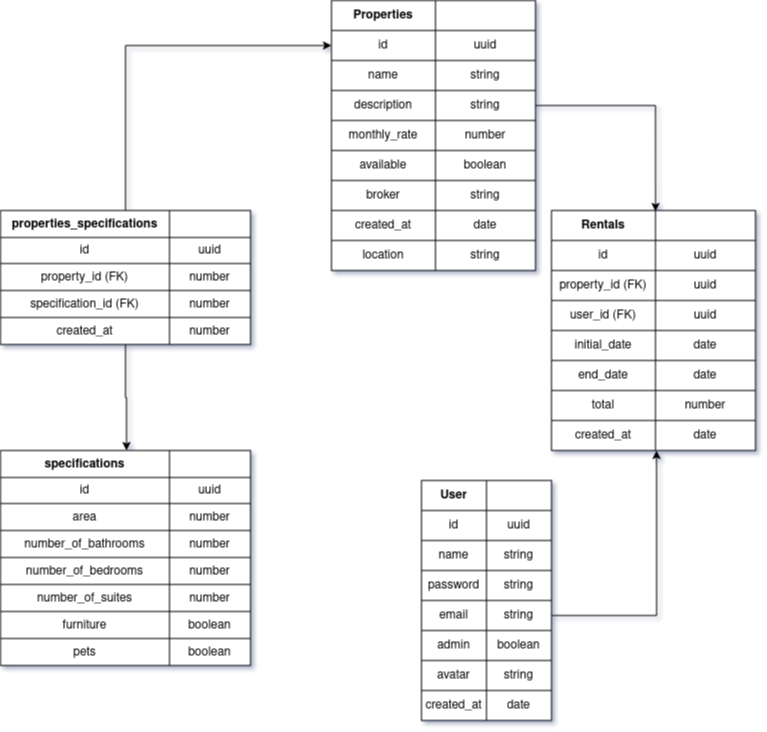
This is Esboço.png from jamessonlps/nodejs-backend, a draw.io export, as it was before one commit. Source tidied: cells renumbered, new cells last; positions are measured from the earlier drawing's top-left corner, leaving out a move shared by most shapes.
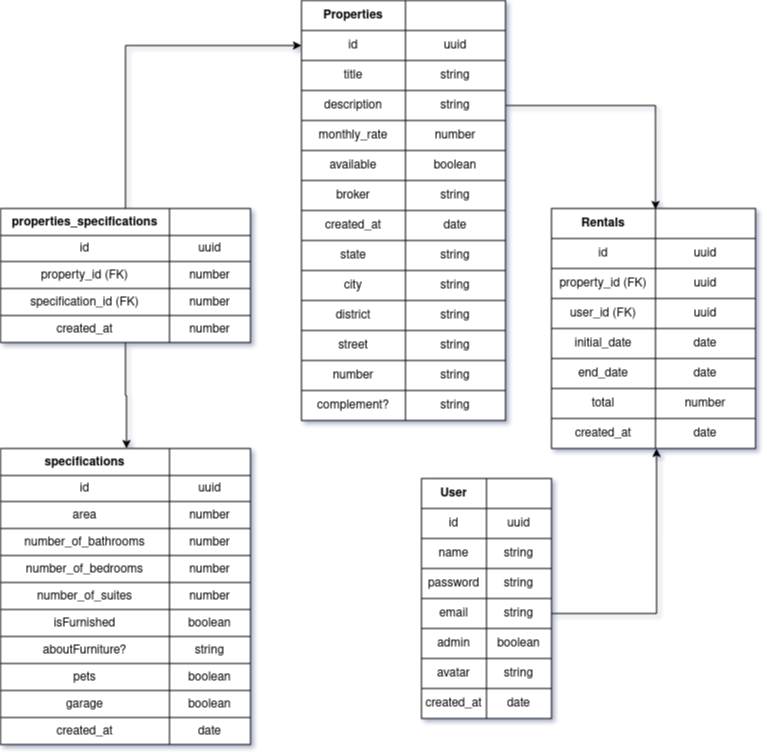
After the commit.

Commit message:
cria especificacoes e atualiza arquitetura

What changed in the source:
```diff
@@ -78,7 +78,7 @@
       <mxGeometry x="65" width="65" height="30" as="geometry" />
     </mxCell>
     <mxCell id="27" style="shape=table;html=1;whiteSpace=wrap;startSize=0;" parent="1" vertex="1">
-      <mxGeometry x="331" width="204" height="270" as="geometry" />
+      <mxGeometry x="301" y="2" width="204" height="420" as="geometry" />
     </mxCell>
     <mxCell id="28" style="shape=partialRectangle;html=1;whiteSpace=wrap;fillColor=none;top=0;left=0;bottom=0;right=0;" parent="27" vertex="1">
       <mxGeometry width="204" height="30" as="geometry" />
@@ -101,7 +101,7 @@
     <mxCell id="34" style="shape=partialRectangle;html=1;whiteSpace=wrap;fillColor=none;top=0;left=0;bottom=0;right=0;" parent="27" vertex="1">
       <mxGeometry y="60" width="204" height="30" as="geometry" />
     </mxCell>
-    <mxCell id="35" value="name" style="shape=partialRectangle;html=1;whiteSpace=wrap;fillColor=none;top=0;left=0;bottom=0;right=0;overflow=hidden;" parent="34" vertex="1">
+    <mxCell id="35" value="title" style="shape=partialRectangle;html=1;whiteSpace=wrap;fillColor=none;top=0;left=0;bottom=0;right=0;overflow=hidden;" parent="34" vertex="1">
       <mxGeometry width="104" height="30" as="geometry" />
     </mxCell>
     <mxCell id="36" value="string" style="shape=partialRectangle;html=1;whiteSpace=wrap;fillColor=none;top=0;left=0;bottom=0;right=0;overflow=hidden;" parent="34" vertex="1">
@@ -155,14 +155,59 @@
     <mxCell id="52" style="shape=partialRectangle;html=1;whiteSpace=wrap;fillColor=none;top=0;left=0;bottom=0;right=0;" parent="27" vertex="1">
       <mxGeometry y="240" width="204" height="30" as="geometry" />
     </mxCell>
-    <mxCell id="53" value="location" style="shape=partialRectangle;html=1;whiteSpace=wrap;fillColor=none;top=0;left=0;bottom=0;right=0;overflow=hidden;" parent="52" vertex="1">
+    <mxCell id="53" value="state" style="shape=partialRectangle;html=1;whiteSpace=wrap;fillColor=none;top=0;left=0;bottom=0;right=0;overflow=hidden;" parent="52" vertex="1">
       <mxGeometry width="104" height="30" as="geometry" />
     </mxCell>
     <mxCell id="54" value="string" style="shape=partialRectangle;html=1;whiteSpace=wrap;fillColor=none;top=0;left=0;bottom=0;right=0;overflow=hidden;" parent="52" vertex="1">
       <mxGeometry x="104" width="100" height="30" as="geometry" />
     </mxCell>
+    <mxCell id="125" style="shape=partialRectangle;html=1;whiteSpace=wrap;fillColor=none;top=0;left=0;bottom=0;right=0;" parent="27" vertex="1">
+      <mxGeometry y="270" width="204" height="30" as="geometry" />
+    </mxCell>
+    <mxCell id="126" value="city" style="shape=partialRectangle;html=1;whiteSpace=wrap;fillColor=none;top=0;left=0;bottom=0;right=0;overflow=hidden;" parent="125" vertex="1">
+      <mxGeometry width="104" height="30" as="geometry" />
+    </mxCell>
+    <mxCell id="127" value="string" style="shape=partialRectangle;html=1;whiteSpace=wrap;fillColor=none;top=0;left=0;bottom=0;right=0;overflow=hidden;" parent="125" vertex="1">
+      <mxGeometry x="104" width="100" height="30" as="geometry" />
+    </mxCell>
+    <mxCell id="128" style="shape=partialRectangle;html=1;whiteSpace=wrap;fillColor=none;top=0;left=0;bottom=0;right=0;" parent="27" vertex="1">
+      <mxGeometry y="300" width="204" height="30" as="geometry" />
+    </mxCell>
+    <mxCell id="129" value="&lt;div&gt;district&lt;/div&gt;" style="shape=partialRectangle;html=1;whiteSpace=wrap;fillColor=none;top=0;left=0;bottom=0;right=0;overflow=hidden;" parent="128" vertex="1">
+      <mxGeometry width="104" height="30" as="geometry" />
+    </mxCell>
+    <mxCell id="130" value="string" style="shape=partialRectangle;html=1;whiteSpace=wrap;fillColor=none;top=0;left=0;bottom=0;right=0;overflow=hidden;" parent="128" vertex="1">
+      <mxGeometry x="104" width="100" height="30" as="geometry" />
+    </mxCell>
+    <mxCell id="131" style="shape=partialRectangle;html=1;whiteSpace=wrap;fillColor=none;top=0;left=0;bottom=0;right=0;" parent="27" vertex="1">
+      <mxGeometry y="330" width="204" height="30" as="geometry" />
+    </mxCell>
+    <mxCell id="132" value="street" style="shape=partialRectangle;html=1;whiteSpace=wrap;fillColor=none;top=0;left=0;bottom=0;right=0;overflow=hidden;" parent="131" vertex="1">
+      <mxGeometry width="104" height="30" as="geometry" />
+    </mxCell>
+    <mxCell id="133" value="string" style="shape=partialRectangle;html=1;whiteSpace=wrap;fillColor=none;top=0;left=0;bottom=0;right=0;overflow=hidden;" parent="131" vertex="1">
+      <mxGeometry x="104" width="100" height="30" as="geometry" />
+    </mxCell>
+    <mxCell id="134" style="shape=partialRectangle;html=1;whiteSpace=wrap;fillColor=none;top=0;left=0;bottom=0;right=0;" parent="27" vertex="1">
+      <mxGeometry y="360" width="204" height="30" as="geometry" />
+    </mxCell>
+    <mxCell id="135" value="number" style="shape=partialRectangle;html=1;whiteSpace=wrap;fillColor=none;top=0;left=0;bottom=0;right=0;overflow=hidden;" parent="134" vertex="1">
+      <mxGeometry width="104" height="30" as="geometry" />
+    </mxCell>
+    <mxCell id="136" value="string" style="shape=partialRectangle;html=1;whiteSpace=wrap;fillColor=none;top=0;left=0;bottom=0;right=0;overflow=hidden;" parent="134" vertex="1">
+      <mxGeometry x="104" width="100" height="30" as="geometry" />
+    </mxCell>
+    <mxCell id="137" style="shape=partialRectangle;html=1;whiteSpace=wrap;fillColor=none;top=0;left=0;bottom=0;right=0;" parent="27" vertex="1">
+      <mxGeometry y="390" width="204" height="30" as="geometry" />
+    </mxCell>
+    <mxCell id="138" value="complement?" style="shape=partialRectangle;html=1;whiteSpace=wrap;fillColor=none;top=0;left=0;bottom=0;right=0;overflow=hidden;" parent="137" vertex="1">
+      <mxGeometry width="104" height="30" as="geometry" />
+    </mxCell>
+    <mxCell id="139" value="string" style="shape=partialRectangle;html=1;whiteSpace=wrap;fillColor=none;top=0;left=0;bottom=0;right=0;overflow=hidden;" parent="137" vertex="1">
+      <mxGeometry x="104" width="100" height="30" as="geometry" />
+    </mxCell>
     <mxCell id="55" style="shape=table;html=1;whiteSpace=wrap;startSize=0;" parent="1" vertex="1">
-      <mxGeometry y="450" width="250" height="215" as="geometry" />
+      <mxGeometry y="450" width="250" height="296" as="geometry" />
     </mxCell>
     <mxCell id="56" style="shape=partialRectangle;html=1;whiteSpace=wrap;fillColor=none;top=0;left=0;bottom=0;right=0;points=[[0,0.5],[1,0.5]];portConstraint=eastwest;" parent="55" vertex="1">
       <mxGeometry width="250" height="27" as="geometry" />
@@ -221,14 +266,23 @@
     <mxCell id="74" style="shape=partialRectangle;html=1;whiteSpace=wrap;fillColor=none;top=0;left=0;bottom=0;right=0;" parent="55" vertex="1">
       <mxGeometry y="161" width="250" height="27" as="geometry" />
     </mxCell>
-    <mxCell id="75" value="furniture" style="shape=partialRectangle;html=1;whiteSpace=wrap;fillColor=none;top=0;left=0;bottom=0;right=0;overflow=hidden;" parent="74" vertex="1">
+    <mxCell id="75" value="isFurnished" style="shape=partialRectangle;html=1;whiteSpace=wrap;fillColor=none;top=0;left=0;bottom=0;right=0;overflow=hidden;" parent="74" vertex="1">
       <mxGeometry width="169" height="27" as="geometry" />
     </mxCell>
     <mxCell id="76" value="boolean" style="shape=partialRectangle;html=1;whiteSpace=wrap;fillColor=none;top=0;left=0;bottom=0;right=0;overflow=hidden;" parent="74" vertex="1">
       <mxGeometry x="169" width="81" height="27" as="geometry" />
     </mxCell>
+    <mxCell id="140" style="shape=partialRectangle;html=1;whiteSpace=wrap;fillColor=none;top=0;left=0;bottom=0;right=0;" parent="55" vertex="1">
+      <mxGeometry y="188" width="250" height="27" as="geometry" />
+    </mxCell>
+    <mxCell id="141" value="aboutFurniture?" style="shape=partialRectangle;html=1;whiteSpace=wrap;fillColor=none;top=0;left=0;bottom=0;right=0;overflow=hidden;" parent="140" vertex="1">
+      <mxGeometry width="169" height="27" as="geometry" />
+    </mxCell>
+    <mxCell id="142" value="string" style="shape=partialRectangle;html=1;whiteSpace=wrap;fillColor=none;top=0;left=0;bottom=0;right=0;overflow=hidden;" parent="140" vertex="1">
+      <mxGeometry x="169" width="81" height="27" as="geometry" />
+    </mxCell>
     <mxCell id="77" style="shape=partialRectangle;html=1;whiteSpace=wrap;fillColor=none;top=0;left=0;bottom=0;right=0;" parent="55" vertex="1">
-      <mxGeometry y="188" width="250" height="27" as="geometry" />
+      <mxGeometry y="215" width="250" height="27" as="geometry" />
     </mxCell>
     <mxCell id="78" value="pets" style="shape=partialRectangle;html=1;whiteSpace=wrap;fillColor=none;top=0;left=0;bottom=0;right=0;overflow=hidden;" parent="77" vertex="1">
       <mxGeometry width="169" height="27" as="geometry" />
@@ -236,6 +290,24 @@
     <mxCell id="79" value="boolean" style="shape=partialRectangle;html=1;whiteSpace=wrap;fillColor=none;top=0;left=0;bottom=0;right=0;overflow=hidden;" parent="77" vertex="1">
       <mxGeometry x="169" width="81" height="27" as="geometry" />
     </mxCell>
+    <mxCell id="143" style="shape=partialRectangle;html=1;whiteSpace=wrap;fillColor=none;top=0;left=0;bottom=0;right=0;" parent="55" vertex="1">
+      <mxGeometry y="242" width="250" height="27" as="geometry" />
+    </mxCell>
+    <mxCell id="144" value="garage" style="shape=partialRectangle;html=1;whiteSpace=wrap;fillColor=none;top=0;left=0;bottom=0;right=0;overflow=hidden;" parent="143" vertex="1">
+      <mxGeometry width="169" height="27" as="geometry" />
+    </mxCell>
+    <mxCell id="145" value="boolean" style="shape=partialRectangle;html=1;whiteSpace=wrap;fillColor=none;top=0;left=0;bottom=0;right=0;overflow=hidden;" parent="143" vertex="1">
+      <mxGeometry x="169" width="81" height="27" as="geometry" />
+    </mxCell>
+    <mxCell id="146" style="shape=partialRectangle;html=1;whiteSpace=wrap;fillColor=none;top=0;left=0;bottom=0;right=0;" parent="55" vertex="1">
+      <mxGeometry y="269" width="250" height="27" as="geometry" />
+    </mxCell>
+    <mxCell id="147" value="created_at" style="shape=partialRectangle;html=1;whiteSpace=wrap;fillColor=none;top=0;left=0;bottom=0;right=0;overflow=hidden;" parent="146" vertex="1">
+      <mxGeometry width="169" height="27" as="geometry" />
+    </mxCell>
+    <mxCell id="148" value="date" style="shape=partialRectangle;html=1;whiteSpace=wrap;fillColor=none;top=0;left=0;bottom=0;right=0;overflow=hidden;" parent="146" vertex="1">
+      <mxGeometry x="169" width="81" height="27" as="geometry" />
+    </mxCell>
     <mxCell id="80" style="shape=table;html=1;whiteSpace=wrap;startSize=0;" parent="1" vertex="1">
       <mxGeometry x="551" y="210" width="204" height="240" as="geometry" />
     </mxCell>
```
